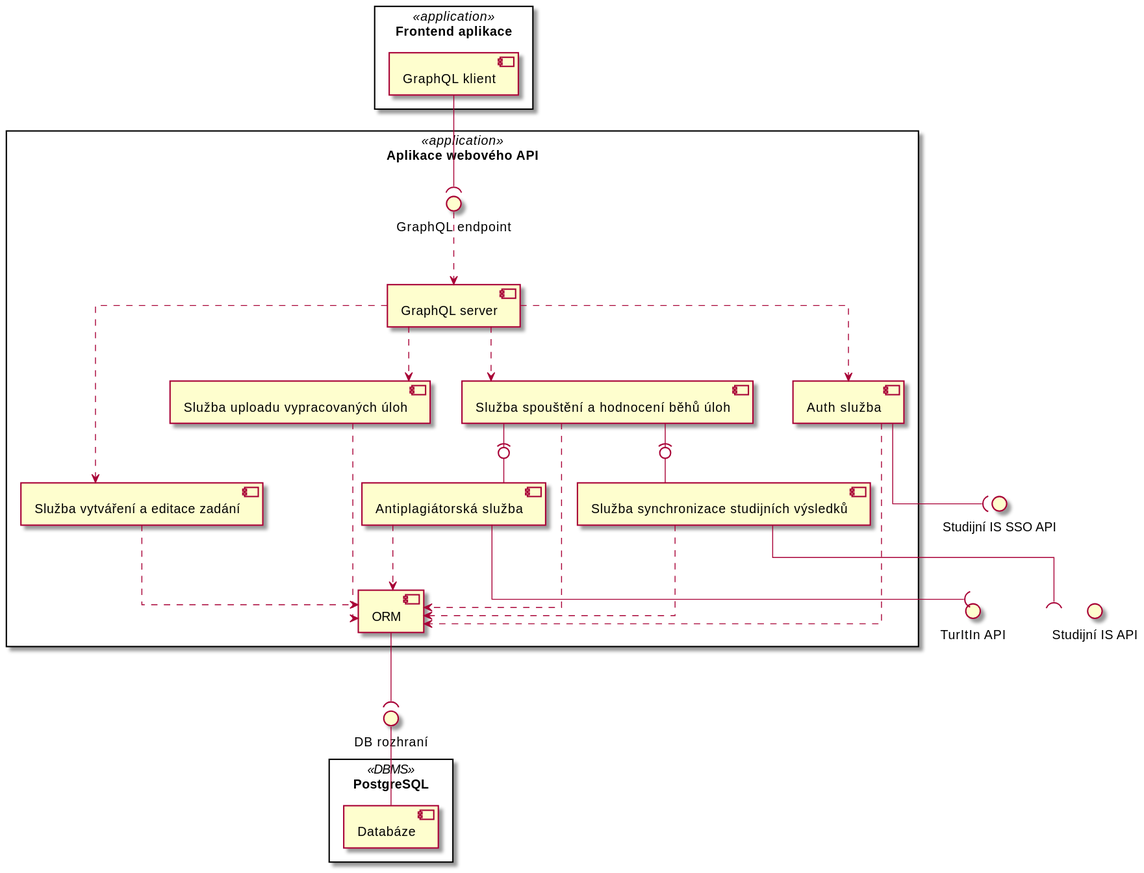
This is assets/diagrams/out/soa/components/components.svg from pehovorka/4IT575_architektury_docs, a PlantUML export, as it was before one commit. Source of this version:
```plantuml
@startuml
skinparam linetype ortho

rectangle "Frontend aplikace" <<application>> as frontendApp {
    component "GraphQL klient" as graphqlClient
}

rectangle "Aplikace webového API" <<application>> as webApiApp {
    component "GraphQL server" as graphqlServer
    component "Antiplagiátorská služba" as antiplagiarismService
    component "Auth služba" as authService
    component "Služba synchronizace studijních výsledků" as gradingSyncService
    component "Služba spouštění a hodnocení běhů úloh" as assesmentRuntimeAndEvaluationService
    component "Služba vytváření a editace zadání" as assessmentCreationService
    component "Služba uploadu vypracovaných úloh" as uploadService
    component "ORM" as ORM

    interface "GraphQL endpoint" as graphqlInterface
}

rectangle "PostgreSQL" <<DBMS>> {
    component "Databáze" as DB
}


interface "TurItIn API" as turnitinAPI
interface "Studijní IS SSO API" as studyISSSO
interface "Studijní IS API" as studyISAPI
interface "DB rozhraní" as dbInterface


graphqlClient --( graphqlInterface
graphqlInterface ..> graphqlServer

graphqlServer ..> assessmentCreationService
graphqlServer ..> assesmentRuntimeAndEvaluationService
graphqlServer ..> authService
graphqlServer ..> uploadService

assesmentRuntimeAndEvaluationService -(0- gradingSyncService
assesmentRuntimeAndEvaluationService -(0- antiplagiarismService


antiplagiarismService --( turnitinAPI
authService --( studyISSSO
gradingSyncService --( studyISAPI

assessmentCreationService ..> ORM
assesmentRuntimeAndEvaluationService ..> ORM
uploadService ..> ORM
gradingSyncService ..> ORM
antiplagiarismService ..> ORM
authService ..> ORM


ORM --( dbInterface
dbInterface -- DB


@enduml
```
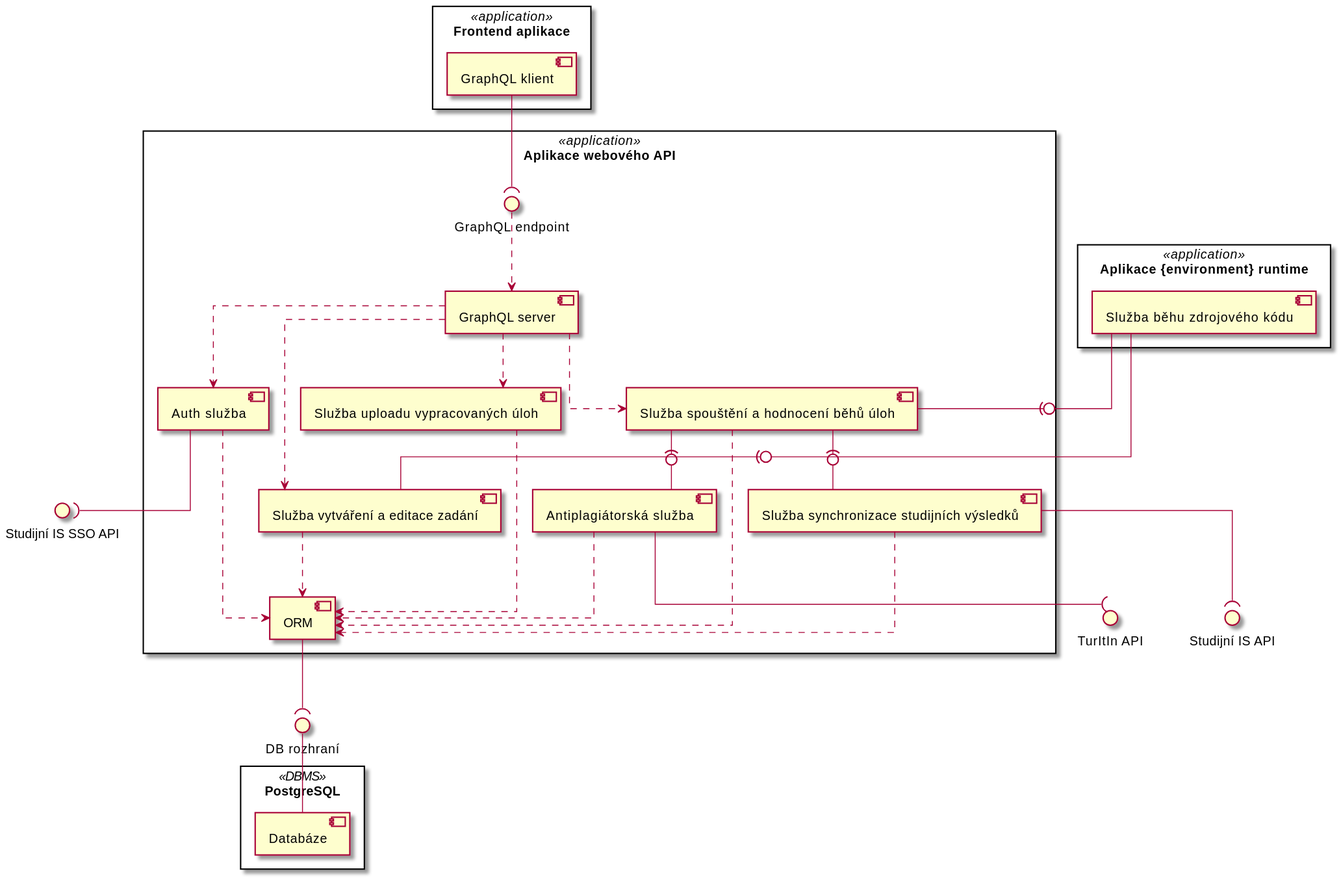
Above is the later version.

Commit message:
Update exported components diagram image

Diff of the diagram source:
```diff
@@ -16,6 +16,10 @@
     component "ORM" as ORM
 
     interface "GraphQL endpoint" as graphqlInterface
+}
+
+rectangle "Aplikace {environment} runtime" <<application>> as runtimeEnv {
+    component "Služba běhu zdrojového kódu" as runtimeService
 }
 
 rectangle "PostgreSQL" <<DBMS>> {
@@ -40,6 +44,9 @@
 assesmentRuntimeAndEvaluationService -(0- gradingSyncService
 assesmentRuntimeAndEvaluationService -(0- antiplagiarismService
 
+assesmentRuntimeAndEvaluationService -u(0- runtimeService
+assessmentCreationService -u(0- runtimeService
+
 
 antiplagiarismService --( turnitinAPI
 authService --( studyISSSO
```
